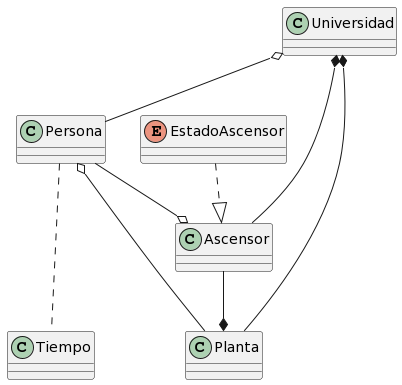
The PlantUML diagram entregas/Grupo4/ModeloDelDominio/images/modeloDelDominio.png in mmasias/IdSw2-22-23, before a commit.
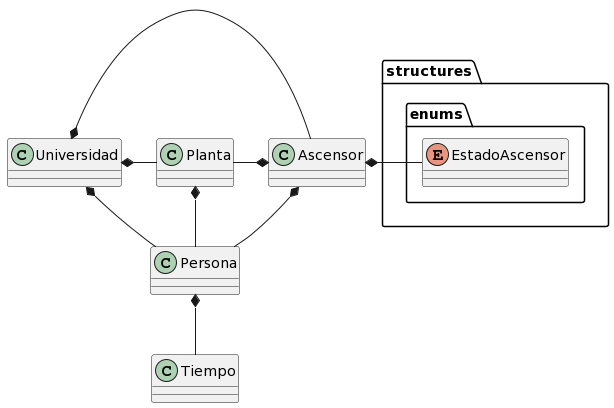
The same diagram one commit later.

Commit message:
Diagrama de clases y modelo del dominio actualizado

Diff of the diagram source:
```diff
@@ -1,20 +1,33 @@
 @startuml
-class Persona
-class Tiempo
-class Planta
-class Ascensor
-class Universidad
-enum EstadoAscensor
+class Persona {
 
-Planta -u-o Persona
-Ascensor o-u- Persona
-Planta *-u- Ascensor
+}
 
-Planta -u-* Universidad
-Ascensor -u-* Universidad
-Persona -u-o Universidad
+enum "structures.enums.EstadoAscensor" {
+}
 
-Persona ... Tiempo
+class Tiempo {
+}
 
-EstadoAscensor ..|> Ascensor
+
+class Planta {
+}
+
+
+class Ascensor {
+}
+
+
+class Universidad {
+
+}
+
+Ascensor *--d Persona
+Ascensor *-u Planta
+Ascensor *- "structures.enums.EstadoAscensor"
+Universidad *- Ascensor
+Universidad *- Planta
+Universidad *- Persona
+Planta *--d Persona
+Persona *--d Tiempo
 @enduml
```
